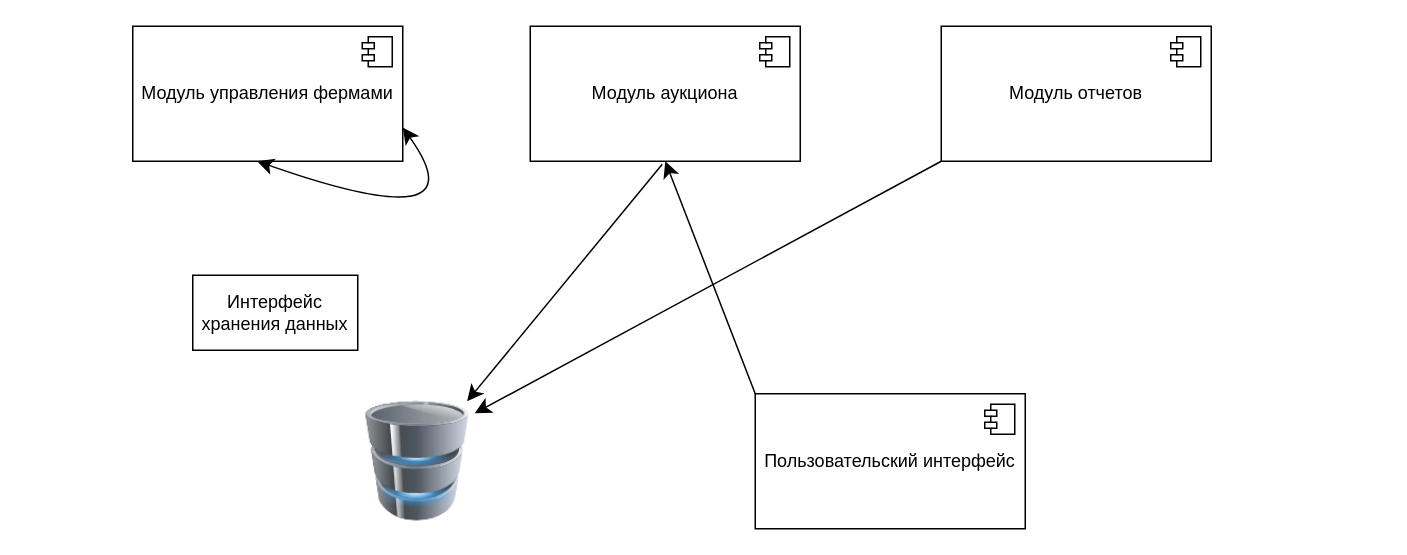
fpmi-tp2025/tpmp-gr10a-lab4-ai-verasy keeps this draw.io diagram as docs/diagrams/Диаграмма компонентов.drawio. Above is the earlier version. Source tidied: cells renumbered, new cells numbered last; positions are measured from the earlier drawing's top-left corner, leaving out a move shared by most shapes. Both pictures are drawn from the tidied source at 150%, with x=0, y=0 at pixel (132, 26).
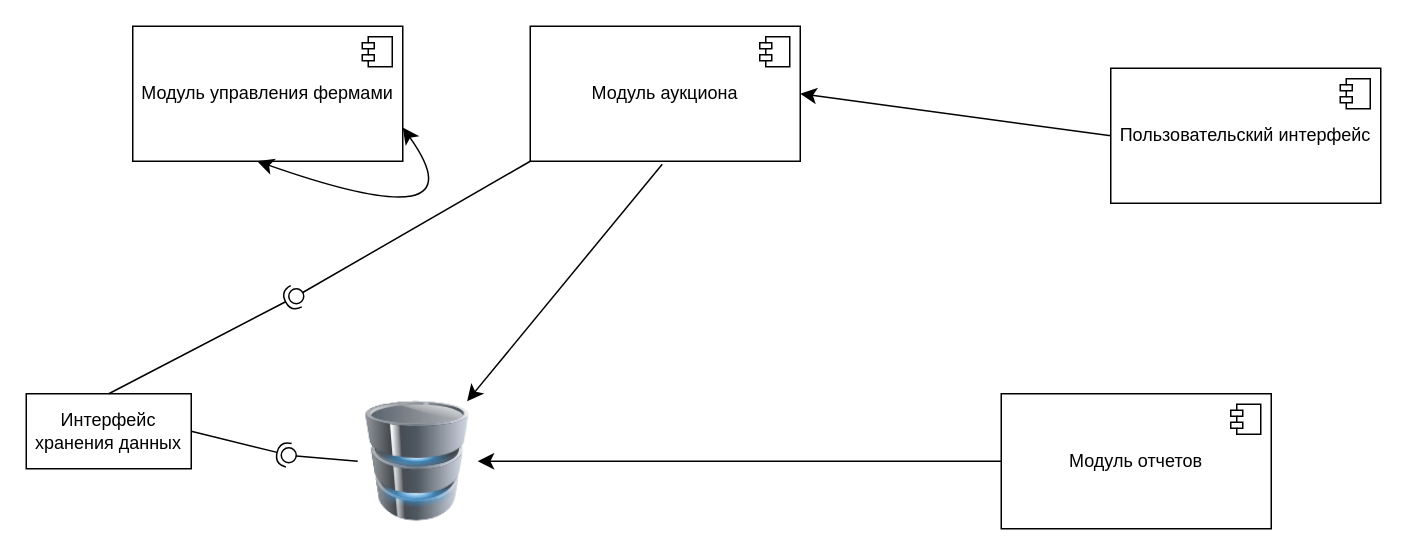
After the change.

Unchanged cells that the change refers to:
```xml
<mxCell id="4" value="Модуль аукциона" style="html=1;whiteSpace=wrap;" parent="1" vertex="1">
  <mxGeometry x="265" width="180" height="90" as="geometry" />
</mxCell>
<mxCell id="10" style="image;html=1;image=img/lib/clip_art/computers/Database_128x128.png;" parent="1" vertex="1">
  <mxGeometry x="150" y="250" width="80" height="80" as="geometry" />
</mxCell>
```

The edit, as a diff of the source:
```diff
@@
     <mxCell id="6" value="Модуль отчетов" style="html=1;whiteSpace=wrap;" parent="1" vertex="1">
-      <mxGeometry x="539" width="180" height="90" as="geometry" />
+      <mxGeometry x="579" y="245" width="180" height="90" as="geometry" />
     </mxCell>
@@
     <mxCell id="8" value="Пользовательский интерфейс" style="html=1;whiteSpace=wrap;" parent="1" vertex="1">
-      <mxGeometry x="415" y="245" width="180" height="90" as="geometry" />
+      <mxGeometry x="652" y="28" width="180" height="90" as="geometry" />
     </mxCell>
@@
-    <mxCell id="11" style="endArrow=classic;html=1;rounded=0;fontSize=12;startSize=8;endSize=8;curved=1;exitX=0;exitY=0;exitDx=0;exitDy=0;entryX=0.5;entryY=1;entryDx=0;entryDy=0;" parent="1" edge="1" source="8" target="4">
+    <mxCell id="11" style="endArrow=classic;html=1;rounded=0;fontSize=12;startSize=8;endSize=8;curved=1;exitX=0;exitY=0.5;exitDx=0;exitDy=0;entryX=1;entryY=0.5;entryDx=0;entryDy=0;" parent="1" edge="1" source="8" target="4">
       <mxGeometry relative="1" as="geometry" />
     </mxCell>
@@
-    <mxCell id="13" style="endArrow=classic;html=1;rounded=0;fontSize=12;startSize=8;endSize=8;curved=1;exitX=0;exitY=1;exitDx=0;exitDy=0;entryX=0.975;entryY=0.1;entryDx=0;entryDy=0;entryPerimeter=0;" parent="1" edge="1" source="6" target="10">
+    <mxCell id="13" style="endArrow=classic;html=1;rounded=0;fontSize=12;startSize=8;endSize=8;curved=1;exitX=0;exitY=0.5;exitDx=0;exitDy=0;" parent="1" edge="1" source="6" target="10">
       <mxGeometry relative="1" as="geometry" />
     </mxCell>
@@
     <mxCell id="15" value="Интерфейс хранения данных" style="html=1;whiteSpace=wrap;" parent="1" vertex="1">
-      <mxGeometry x="40" y="166" width="110" height="50" as="geometry" />
+      <mxGeometry x="-71" y="245" width="110" height="50" as="geometry" />
     </mxCell>
+    <mxCell id="16" style="ellipse;whiteSpace=wrap;html=1;align=center;fillColor=none;strokeColor=none;perimeter=centerPerimeter;" parent="1" vertex="1">
+      <mxGeometry x="109" y="232" width="10" height="10" as="geometry" />
+    </mxCell>
+    <mxCell id="17" style="rounded=0;jettySize=auto;html=1;endArrow=halfCircle;endFill=0;endSize=6;strokeWidth=1;sketch=0;exitX=0.5;exitY=0;exitDx=0;exitDy=0;" parent="1" edge="1" source="15" target="19">
+      <mxGeometry relative="1" as="geometry" />
+    </mxCell>
+    <mxCell id="18" style="rounded=0;jettySize=auto;html=1;endArrow=oval;endFill=0;sketch=0;sourcePerimeterSpacing=0;targetPerimeterSpacing=0;endSize=10;exitX=0;exitY=1;exitDx=0;exitDy=0;" parent="1" edge="1" source="4" target="19">
+      <mxGeometry relative="1" as="geometry" />
+    </mxCell>
+    <mxCell id="19" style="ellipse;whiteSpace=wrap;html=1;align=center;fillColor=none;strokeColor=none;perimeter=centerPerimeter;points=[];outlineConnect=1;" parent="1" vertex="1">
+      <mxGeometry x="104" y="175" width="10" height="10" as="geometry" />
+    </mxCell>
+    <mxCell id="20" style="rounded=0;jettySize=auto;html=1;endArrow=halfCircle;endFill=0;endSize=6;strokeWidth=1;sketch=0;exitX=1;exitY=0.5;exitDx=0;exitDy=0;" parent="1" edge="1" source="15" target="22">
+      <mxGeometry relative="1" as="geometry" />
+    </mxCell>
+    <mxCell id="21" style="rounded=0;jettySize=auto;html=1;endArrow=oval;endFill=0;sketch=0;sourcePerimeterSpacing=0;targetPerimeterSpacing=0;endSize=10;exitX=0;exitY=0.5;exitDx=0;exitDy=0;" parent="1" edge="1" source="10" target="22">
+      <mxGeometry relative="1" as="geometry" />
+    </mxCell>
+    <mxCell id="22" style="ellipse;whiteSpace=wrap;html=1;align=center;fillColor=none;strokeColor=none;perimeter=centerPerimeter;points=[];outlineConnect=1;" parent="1" vertex="1">
+      <mxGeometry x="99" y="281" width="10" height="10" as="geometry" />
+    </mxCell>
```
